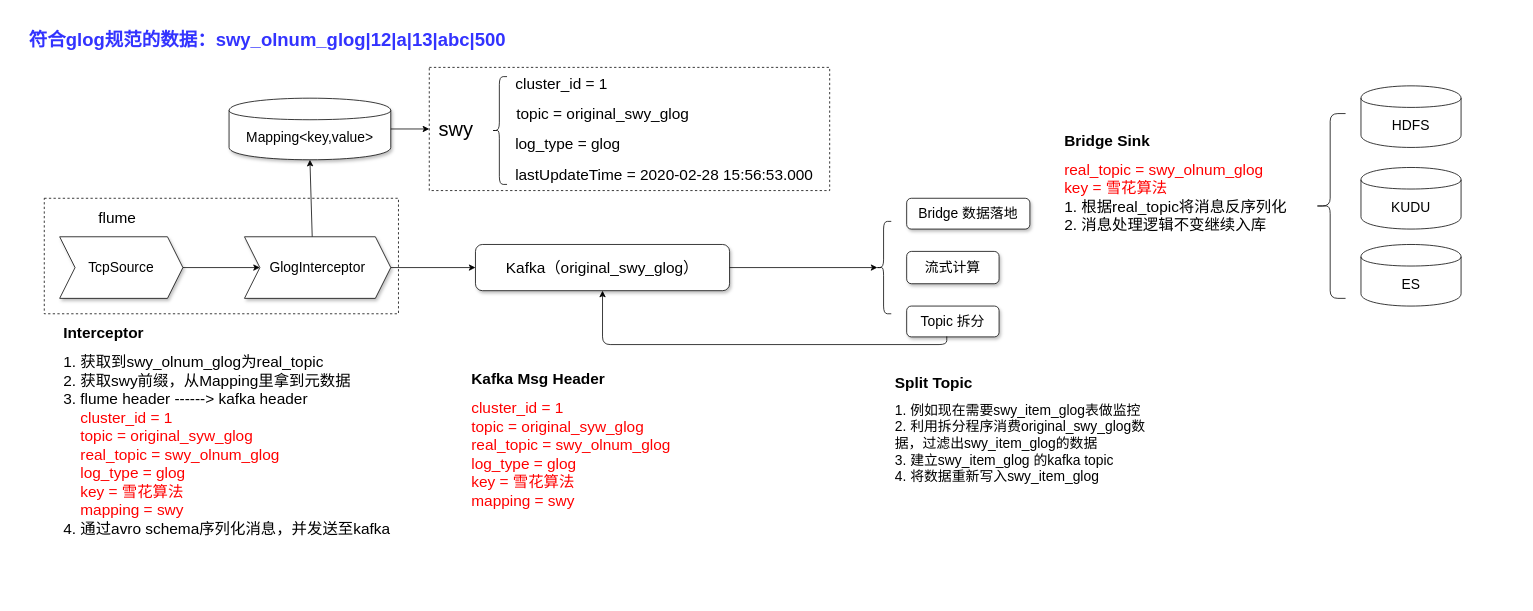
Before: map/MessageRouting.drawio in imperio-wxm/draw, a draw.io diagram. Source tidied: cells renumbered, new cells numbered last; positions are measured from the earlier drawing's top-left corner, leaving out a move shared by most shapes. Both pictures are drawn from the tidied source at 77%, with x=0, y=0 at pixel (13, 13).
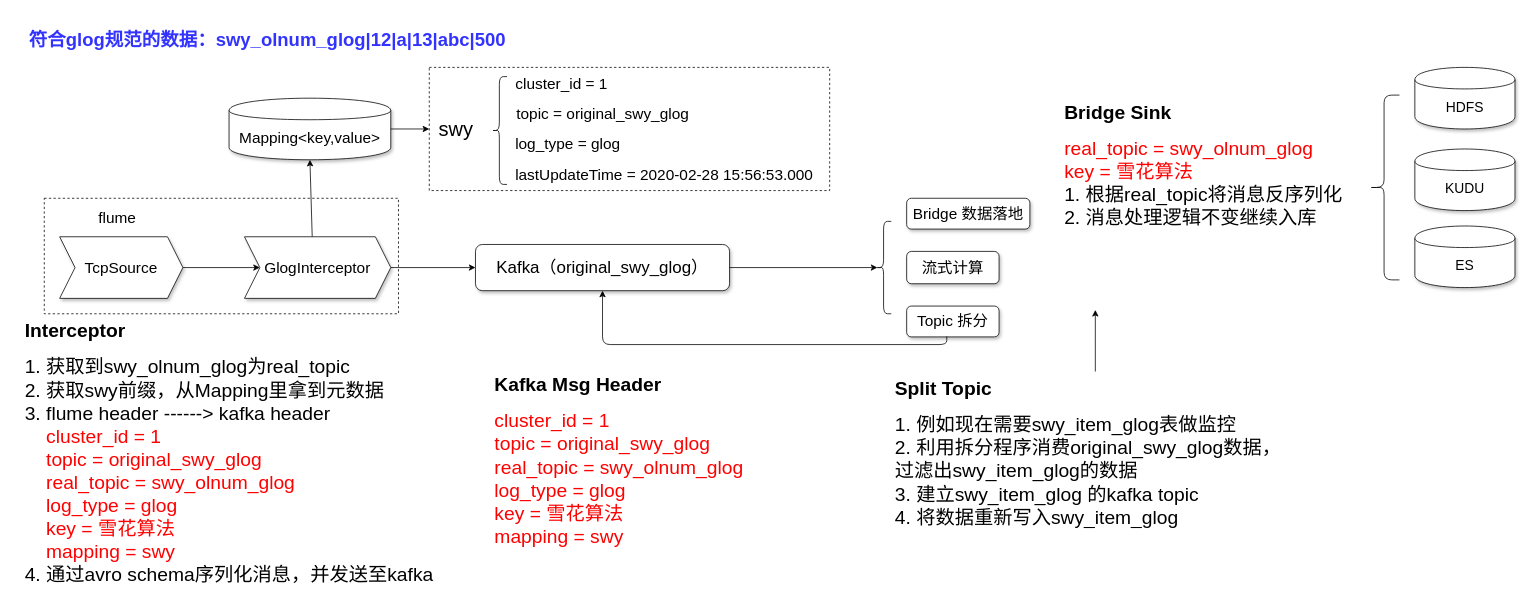
The same page after the edit.

The edit, as a diff of the source:
```diff
@@
     <mxCell id="2" style="group;" parent="1" vertex="1">
-      <mxGeometry x="40" y="240" width="460" height="150" as="geometry" />
+      <mxGeometry x="40" y="240" width="540" height="520" as="geometry" />
     </mxCell>
@@
-    <mxCell id="4" value="TcpSource" style="shape=step;perimeter=stepPerimeter;whiteSpace=wrap;html=1;fixedSize=1;fontSize=18;shadow=1;" parent="2" vertex="1">
+    <mxCell id="4" value="&lt;font style=&quot;font-size: 20px&quot;&gt;TcpSource&lt;/font&gt;" style="shape=step;perimeter=stepPerimeter;whiteSpace=wrap;html=1;fixedSize=1;fontSize=18;shadow=1;" parent="2" vertex="1">
       <mxGeometry x="20" y="50" width="160" height="80" as="geometry" />
     </mxCell>
-    <mxCell id="5" value="GlogInterceptor" style="shape=step;perimeter=stepPerimeter;whiteSpace=wrap;html=1;fixedSize=1;fontSize=18;shadow=1;" parent="2" vertex="1">
+    <mxCell id="5" value="&lt;font style=&quot;font-size: 20px&quot;&gt;GlogInterceptor&lt;/font&gt;" style="shape=step;perimeter=stepPerimeter;whiteSpace=wrap;html=1;fixedSize=1;fontSize=18;shadow=1;" parent="2" vertex="1">
       <mxGeometry x="260" y="50" width="190" height="80" as="geometry" />
     </mxCell>
@@
+    <mxCell id="9" value="&lt;h1 style=&quot;font-size: 25px&quot;&gt;&lt;font style=&quot;font-size: 25px&quot;&gt;Interceptor&lt;/font&gt;&lt;/h1&gt;&lt;div style=&quot;font-size: 25px&quot;&gt;&lt;font style=&quot;font-size: 25px&quot;&gt;1. 获取到swy_olnum_glog为real_topic&lt;/font&gt;&lt;/div&gt;&lt;div style=&quot;font-size: 25px&quot;&gt;&lt;font style=&quot;font-size: 25px&quot;&gt;2. 获取swy前缀，从Mapping里拿到元数据&lt;/font&gt;&lt;/div&gt;&lt;div style=&quot;font-size: 25px&quot;&gt;&lt;font style=&quot;font-size: 25px&quot;&gt;3. flume header ------&amp;gt; kafka header&lt;/font&gt;&lt;/div&gt;&lt;div style=&quot;font-size: 25px&quot;&gt;&lt;font style=&quot;font-size: 25px&quot;&gt;&amp;nbsp; &amp;nbsp; &lt;font color=&quot;#ff0000&quot; style=&quot;font-size: 25px&quot;&gt;cluster_id = 1&lt;/font&gt;&lt;/font&gt;&lt;/div&gt;&lt;div style=&quot;font-size: 25px&quot;&gt;&lt;font style=&quot;font-size: 25px&quot; color=&quot;#ff0000&quot;&gt;&amp;nbsp; &amp;nbsp; topic = original_swy_glog&lt;/font&gt;&lt;/div&gt;&lt;div style=&quot;font-size: 25px&quot;&gt;&lt;font style=&quot;font-size: 25px&quot; color=&quot;#ff0000&quot;&gt;&amp;nbsp; &amp;nbsp; real_topic = swy_olnum_glog&lt;/font&gt;&lt;/div&gt;&lt;div style=&quot;font-size: 25px&quot;&gt;&lt;font style=&quot;font-size: 25px&quot; color=&quot;#ff0000&quot;&gt;&amp;nbsp; &amp;nbsp; log_type = glog&lt;/font&gt;&lt;/div&gt;&lt;div style=&quot;font-size: 25px&quot;&gt;&lt;font style=&quot;font-size: 25px&quot; color=&quot;#ff0000&quot;&gt;&amp;nbsp; &amp;nbsp; key = 雪花算法&lt;/font&gt;&lt;/div&gt;&lt;div style=&quot;font-size: 25px&quot;&gt;&lt;font style=&quot;font-size: 25px&quot; color=&quot;#ff0000&quot;&gt;&amp;nbsp; &amp;nbsp; mapping = swy&lt;/font&gt;&lt;/div&gt;&lt;div style=&quot;font-size: 25px&quot;&gt;&lt;font style=&quot;font-size: 25px&quot;&gt;4. 通过avro schema序列化消息，并发送至kafka&lt;/font&gt;&lt;/div&gt;" style="text;html=1;strokeColor=none;fillColor=none;spacing=5;spacingTop=-20;whiteSpace=wrap;overflow=hidden;rounded=0;fontSize=18;" parent="2" vertex="1">
+      <mxGeometry x="-30" y="150" width="570" height="370" as="geometry" />
+    </mxCell>
@@
-    <mxCell id="9" value="&lt;h1 style=&quot;font-size: 20px&quot;&gt;Interceptor&lt;/h1&gt;&lt;div style=&quot;font-size: 20px&quot;&gt;&lt;font style=&quot;font-size: 20px&quot;&gt;1. 获取到swy_olnum_glog为real_topic&lt;/font&gt;&lt;/div&gt;&lt;div style=&quot;font-size: 20px&quot;&gt;&lt;font style=&quot;font-size: 20px&quot;&gt;2. 获取swy前缀，从Mapping里拿到元数据&lt;/font&gt;&lt;/div&gt;&lt;div style=&quot;font-size: 20px&quot;&gt;&lt;font style=&quot;font-size: 20px&quot;&gt;3. flume header ------&amp;gt; kafka header&lt;/font&gt;&lt;/div&gt;&lt;div style=&quot;font-size: 20px&quot;&gt;&lt;font style=&quot;font-size: 20px&quot;&gt;&amp;nbsp; &amp;nbsp; &lt;font color=&quot;#ff0000&quot;&gt;cluster_id = 1&lt;/font&gt;&lt;/font&gt;&lt;/div&gt;&lt;div style=&quot;font-size: 20px&quot;&gt;&lt;font style=&quot;font-size: 20px&quot; color=&quot;#ff0000&quot;&gt;&amp;nbsp; &amp;nbsp; topic = original_syw_glog&lt;/font&gt;&lt;/div&gt;&lt;div style=&quot;font-size: 20px&quot;&gt;&lt;font style=&quot;font-size: 20px&quot; color=&quot;#ff0000&quot;&gt;&amp;nbsp; &amp;nbsp; real_topic = swy_olnum_glog&lt;/font&gt;&lt;/div&gt;&lt;div style=&quot;font-size: 20px&quot;&gt;&lt;font style=&quot;font-size: 20px&quot; color=&quot;#ff0000&quot;&gt;&amp;nbsp; &amp;nbsp; log_type = glog&lt;/font&gt;&lt;/div&gt;&lt;div style=&quot;font-size: 20px&quot;&gt;&lt;font style=&quot;font-size: 20px&quot; color=&quot;#ff0000&quot;&gt;&amp;nbsp; &amp;nbsp; key = 雪花算法&lt;/font&gt;&lt;/div&gt;&lt;div style=&quot;font-size: 20px&quot;&gt;&lt;font style=&quot;font-size: 20px&quot; color=&quot;#ff0000&quot;&gt;&amp;nbsp; &amp;nbsp; mapping = swy&lt;/font&gt;&lt;/div&gt;&lt;div style=&quot;font-size: 20px&quot;&gt;&lt;font style=&quot;font-size: 20px&quot;&gt;4. 通过avro schema序列化消息，并发送至kafka&lt;/font&gt;&lt;/div&gt;" style="text;html=1;strokeColor=none;fillColor=none;spacing=5;spacingTop=-20;whiteSpace=wrap;overflow=hidden;rounded=0;fontSize=18;" parent="1" vertex="1">
-      <mxGeometry x="60" y="400" width="480" height="290" as="geometry" />
-    </mxCell>
-    <mxCell id="10" value="Mapping&amp;lt;key,value&amp;gt;" style="shape=cylinder;whiteSpace=wrap;html=1;boundedLbl=1;backgroundOutline=1;fontSize=18;shadow=1;" parent="1" vertex="1">
+    <mxCell id="10" value="&lt;font style=&quot;font-size: 20px&quot;&gt;Mapping&amp;lt;key,value&amp;gt;&lt;/font&gt;" style="shape=cylinder;whiteSpace=wrap;html=1;boundedLbl=1;backgroundOutline=1;fontSize=18;shadow=1;" parent="1" vertex="1">
       <mxGeometry x="280" y="110" width="210" height="80" as="geometry" />
     </mxCell>
@@
-    <mxCell id="23" value="&lt;font style=&quot;font-size: 20px&quot;&gt;Kafka（original_swy_glog）&lt;/font&gt;" style="rounded=1;whiteSpace=wrap;html=1;fillColor=#ffffff;fontSize=18;shadow=1;" parent="1" vertex="1">
+    <mxCell id="23" value="&lt;font style=&quot;font-size: 22px&quot;&gt;Kafka（original_swy_glog）&lt;/font&gt;" style="rounded=1;whiteSpace=wrap;html=1;fillColor=#ffffff;fontSize=18;shadow=1;" parent="1" vertex="1">
       <mxGeometry x="600" y="300" width="330" height="60" as="geometry" />
     </mxCell>
@@
-    <mxCell id="25" value="&lt;h1 style=&quot;font-size: 20px&quot;&gt;Kafka Msg Header&lt;/h1&gt;&lt;div style=&quot;font-size: 20px&quot;&gt;&lt;div&gt;&lt;font color=&quot;#ff0000&quot;&gt;cluster_id = 1&lt;/font&gt;&lt;/div&gt;&lt;div&gt;&lt;font color=&quot;#ff0000&quot;&gt;topic = original_syw_glog&lt;/font&gt;&lt;/div&gt;&lt;div&gt;&lt;font color=&quot;#ff0000&quot;&gt;real_topic = swy_olnum_glog&lt;/font&gt;&lt;/div&gt;&lt;div&gt;&lt;font color=&quot;#ff0000&quot;&gt;log_type = glog&lt;/font&gt;&lt;/div&gt;&lt;div&gt;&lt;font color=&quot;#ff0000&quot;&gt;key = 雪花算法&lt;/font&gt;&lt;/div&gt;&lt;div&gt;&lt;font color=&quot;#ff0000&quot;&gt;mapping = swy&lt;/font&gt;&lt;/div&gt;&lt;/div&gt;" style="text;html=1;strokeColor=none;fillColor=none;spacing=5;spacingTop=-20;whiteSpace=wrap;overflow=hidden;rounded=0;fontSize=18;" parent="1" vertex="1">
-      <mxGeometry x="590" y="460" width="280" height="220" as="geometry" />
+    <mxCell id="25" value="&lt;h1 style=&quot;font-size: 25px&quot;&gt;&lt;font style=&quot;font-size: 25px&quot;&gt;Kafka Msg Header&lt;/font&gt;&lt;/h1&gt;&lt;div style=&quot;font-size: 25px&quot;&gt;&lt;div&gt;&lt;font color=&quot;#ff0000&quot; style=&quot;font-size: 25px&quot;&gt;cluster_id = 1&lt;/font&gt;&lt;/div&gt;&lt;div&gt;&lt;font color=&quot;#ff0000&quot; style=&quot;font-size: 25px&quot;&gt;topic = original_swy_glog&lt;/font&gt;&lt;/div&gt;&lt;div&gt;&lt;font color=&quot;#ff0000&quot; style=&quot;font-size: 25px&quot;&gt;real_topic = swy_olnum_glog&lt;/font&gt;&lt;/div&gt;&lt;div&gt;&lt;font color=&quot;#ff0000&quot; style=&quot;font-size: 25px&quot;&gt;log_type = glog&lt;/font&gt;&lt;/div&gt;&lt;div&gt;&lt;font color=&quot;#ff0000&quot; style=&quot;font-size: 25px&quot;&gt;key = 雪花算法&lt;/font&gt;&lt;/div&gt;&lt;div&gt;&lt;font color=&quot;#ff0000&quot; style=&quot;font-size: 25px&quot;&gt;mapping = swy&lt;/font&gt;&lt;/div&gt;&lt;/div&gt;" style="text;html=1;strokeColor=none;fillColor=none;spacing=5;spacingTop=-20;whiteSpace=wrap;overflow=hidden;rounded=0;fontSize=18;" parent="1" vertex="1">
+      <mxGeometry x="620" y="460" width="340" height="260" as="geometry" />
     </mxCell>
@@
-    <mxCell id="28" value="Topic 拆分" style="rounded=1;whiteSpace=wrap;html=1;fillColor=#ffffff;fontSize=18;shadow=1;" parent="1" vertex="1">
+    <mxCell id="28" value="&lt;font style=&quot;font-size: 20px&quot;&gt;Topic 拆分&lt;/font&gt;" style="rounded=1;whiteSpace=wrap;html=1;fillColor=#ffffff;fontSize=18;shadow=1;" parent="1" vertex="1">
       <mxGeometry x="1160" y="380" width="120" height="40" as="geometry" />
     </mxCell>
+    <mxCell id="39" style="edgeStyle=orthogonalEdgeStyle;rounded=0;jettySize=auto;html=1;" parent="1" edge="1" source="29">
+      <mxGeometry relative="1" as="geometry">
+        <mxPoint x="1405" y="385" as="targetPoint" />
+      </mxGeometry>
+    </mxCell>
-    <mxCell id="29" value="&lt;h1 style=&quot;font-size: 20px&quot;&gt;Split Topic&lt;/h1&gt;&lt;div&gt;1. 例如现在需要swy_item_glog表做监控&lt;/div&gt;&lt;div&gt;2. 利用拆分程序消费original_swy_glog数据，过滤出swy_item_glog的数据&lt;/div&gt;&lt;div&gt;3. 建立swy_item_glog 的kafka topic&lt;/div&gt;&lt;div&gt;4. 将数据重新写入swy_item_glog&lt;/div&gt;" style="text;html=1;strokeColor=none;fillColor=none;spacing=5;spacingTop=-20;whiteSpace=wrap;overflow=hidden;rounded=0;fontSize=18;" parent="1" vertex="1">
-      <mxGeometry x="1140" y="465" width="340" height="160" as="geometry" />
+    <mxCell id="29" value="&lt;h1 style=&quot;font-size: 25px&quot;&gt;&lt;font style=&quot;font-size: 25px&quot;&gt;Split Topic&lt;/font&gt;&lt;/h1&gt;&lt;div style=&quot;font-size: 25px&quot;&gt;&lt;font style=&quot;font-size: 25px&quot;&gt;1. 例如现在需要swy_item_glog表做监控&lt;/font&gt;&lt;/div&gt;&lt;div style=&quot;font-size: 25px&quot;&gt;&lt;font style=&quot;font-size: 25px&quot;&gt;2. 利用拆分程序消费original_swy_glog数据，过滤出swy_item_glog的数据&lt;/font&gt;&lt;/div&gt;&lt;div style=&quot;font-size: 25px&quot;&gt;&lt;font style=&quot;font-size: 25px&quot;&gt;3. 建立swy_item_glog 的kafka topic&lt;/font&gt;&lt;/div&gt;&lt;div style=&quot;font-size: 25px&quot;&gt;&lt;font style=&quot;font-size: 25px&quot;&gt;4. 将数据重新写入swy_item_glog&lt;/font&gt;&lt;/div&gt;" style="text;html=1;strokeColor=none;fillColor=none;spacing=5;spacingTop=-20;whiteSpace=wrap;overflow=hidden;rounded=0;fontSize=18;" parent="1" vertex="1">
+      <mxGeometry x="1140" y="465" width="530" height="235" as="geometry" />
     </mxCell>
@@
-    <mxCell id="31" value="流式计算" style="rounded=1;whiteSpace=wrap;html=1;fillColor=#ffffff;fontSize=18;shadow=1;" parent="1" vertex="1">
+    <mxCell id="31" value="&lt;font style=&quot;font-size: 20px&quot;&gt;流式计算&lt;/font&gt;" style="rounded=1;whiteSpace=wrap;html=1;fillColor=#ffffff;fontSize=18;shadow=1;" parent="1" vertex="1">
       <mxGeometry x="1160" y="309" width="120" height="42" as="geometry" />
     </mxCell>
-    <mxCell id="32" value="Bridge 数据落地" style="rounded=1;whiteSpace=wrap;html=1;fillColor=#ffffff;fontSize=18;shadow=1;" parent="1" vertex="1">
+    <mxCell id="32" value="&lt;font style=&quot;font-size: 20px&quot;&gt;Bridge 数据落地&lt;/font&gt;" style="rounded=1;whiteSpace=wrap;html=1;fillColor=#ffffff;fontSize=18;shadow=1;" parent="1" vertex="1">
       <mxGeometry x="1160" y="240" width="160" height="40" as="geometry" />
     </mxCell>
-    <mxCell id="33" value="&lt;h1 style=&quot;font-size: 20px&quot;&gt;Bridge Sink&lt;/h1&gt;&lt;div style=&quot;font-size: 20px&quot;&gt;&lt;div&gt;&lt;font color=&quot;#ff0000&quot;&gt;real_topic = swy_olnum_glog&lt;/font&gt;&lt;/div&gt;&lt;div&gt;&lt;font color=&quot;#ff0000&quot;&gt;key = 雪花算法&lt;/font&gt;&lt;/div&gt;&lt;div&gt;1. 根据real_topic将消息反序列化&lt;/div&gt;&lt;div&gt;2. 消息处理逻辑不变继续入库&lt;/div&gt;&lt;/div&gt;" style="text;html=1;strokeColor=none;fillColor=none;spacing=5;spacingTop=-20;whiteSpace=wrap;overflow=hidden;rounded=0;fontSize=18;" parent="1" vertex="1">
-      <mxGeometry x="1360" y="150" width="340" height="150" as="geometry" />
+    <mxCell id="33" value="&lt;h1 style=&quot;font-size: 25px&quot;&gt;&lt;font style=&quot;font-size: 25px&quot;&gt;Bridge Sink&lt;/font&gt;&lt;/h1&gt;&lt;div style=&quot;font-size: 25px&quot;&gt;&lt;div&gt;&lt;font color=&quot;#ff0000&quot; style=&quot;font-size: 25px&quot;&gt;real_topic = swy_olnum_glog&lt;/font&gt;&lt;/div&gt;&lt;div&gt;&lt;font color=&quot;#ff0000&quot; style=&quot;font-size: 25px&quot;&gt;key = 雪花算法&lt;/font&gt;&lt;/div&gt;&lt;div&gt;&lt;font style=&quot;font-size: 25px&quot;&gt;1. 根据real_topic将消息反序列化&lt;/font&gt;&lt;/div&gt;&lt;div&gt;&lt;font style=&quot;font-size: 25px&quot;&gt;2. 消息处理逻辑不变继续入库&lt;/font&gt;&lt;/div&gt;&lt;/div&gt;" style="text;html=1;strokeColor=none;fillColor=none;spacing=5;spacingTop=-20;whiteSpace=wrap;overflow=hidden;rounded=0;fontSize=18;" parent="1" vertex="1">
+      <mxGeometry x="1360" y="106" width="400" height="220" as="geometry" />
     </mxCell>
     <mxCell id="34" style="group;" parent="1" vertex="1">
-      <mxGeometry x="1750" y="94" width="130" height="286" as="geometry" />
+      <mxGeometry x="1820" y="70" width="130" height="286" as="geometry" />
     </mxCell>
-    <mxCell id="35" value="HDFS" style="shape=cylinder;whiteSpace=wrap;html=1;boundedLbl=1;backgroundOutline=1;fillColor=none;fontSize=18;" parent="34" vertex="1">
+    <mxCell id="35" value="HDFS" style="shape=cylinder;whiteSpace=wrap;html=1;boundedLbl=1;backgroundOutline=1;fillColor=#ffffff;fontSize=18;shadow=1;" parent="34" vertex="1">
       <mxGeometry width="130" height="80" as="geometry" />
     </mxCell>
-    <mxCell id="36" value="KUDU" style="shape=cylinder;whiteSpace=wrap;html=1;boundedLbl=1;backgroundOutline=1;fillColor=none;fontSize=18;" parent="34" vertex="1">
+    <mxCell id="36" value="KUDU" style="shape=cylinder;whiteSpace=wrap;html=1;boundedLbl=1;backgroundOutline=1;fillColor=#ffffff;fontSize=18;shadow=1;" parent="34" vertex="1">
       <mxGeometry y="106" width="130" height="80" as="geometry" />
     </mxCell>
-    <mxCell id="37" value="ES" style="shape=cylinder;whiteSpace=wrap;html=1;boundedLbl=1;backgroundOutline=1;fillColor=none;fontSize=18;" parent="34" vertex="1">
+    <mxCell id="37" value="ES" style="shape=cylinder;whiteSpace=wrap;html=1;boundedLbl=1;backgroundOutline=1;fillColor=#ffffff;fontSize=18;shadow=1;" parent="34" vertex="1">
       <mxGeometry y="206" width="130" height="80" as="geometry" />
     </mxCell>
     <mxCell id="38" style="shape=curlyBracket;whiteSpace=wrap;html=1;rounded=1;fillColor=none;fontSize=18;" parent="1" vertex="1">
-      <mxGeometry x="1690" y="130" width="40" height="240" as="geometry" />
+      <mxGeometry x="1760" y="106" width="40" height="240" as="geometry" />
     </mxCell>
```
